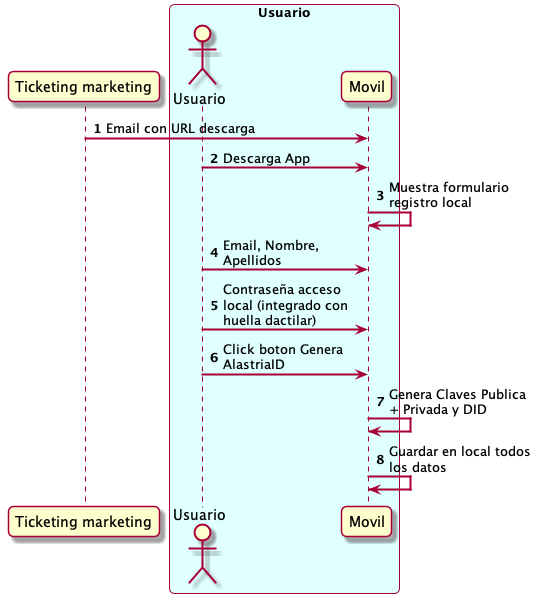
hesusruiz/EntradasSSI keeps this PlantUML diagram as assets/descarga-aplicacion.png. Above is the earlier version.
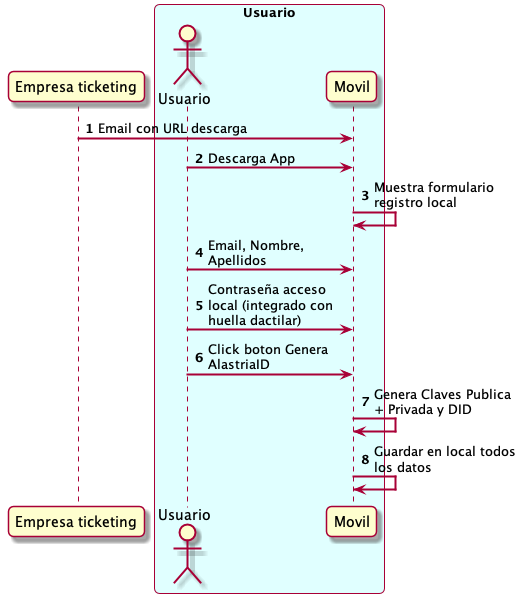
Later version of the same file.

Diff of the diagram source:
```diff
@@ -5,7 +5,7 @@
 skinparam maxmessagesize 150
 
 
-participant "Ticketing marketing" as TM
+participant "Empresa ticketing" as TM
 box "Usuario" #LightCyan
   actor Usuario as U
   participant "Movil" as M
```
